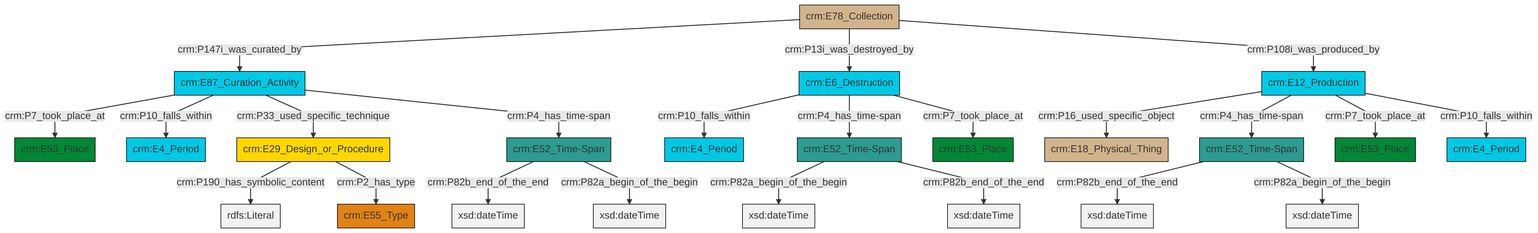
swiss-art-research-net/docs.swissartresearch keeps this Mermaid diagram as et/archivalCSV/ttl/mmd/png/archival_existence.png. Above is the earlier version. Its source is kept beside it as et/archivalCSV/ttl/mmd/archival_existence.ttl.mmd. The source it was exported from:
```mermaid
graph TD
classDef Literal fill:#f2f2f2,stroke:#000000;
classDef CRM_Entity fill:#FFFFFF,stroke:#000000;
classDef Temporal_Entity fill:#00C9E6, stroke:#000000;
classDef Type fill:#E18312, stroke:#000000;
classDef Time-Span fill:#2C9C91, stroke:#000000;
classDef Appellation fill:#FFEB7F, stroke:#000000;
classDef Place fill:#008836, stroke:#000000;
classDef Persistent_Item fill:#B266B2, stroke:#000000;
classDef Conceptual_Object fill:#FFD700, stroke:#000000;
classDef Physical_Thing fill:#D2B48C, stroke:#000000;
classDef Actor fill:#f58aad, stroke:#000000;
classDef PC_Classes fill:#4ce600, stroke:#000000;
classDef Multi fill:#cccccc,stroke:#000000;

2["crm:E52_Time-Span"]:::Time-Span -->|crm:P82b_end_of_the_end| 3[xsd:dateTime]:::Literal
4["crm:E78_Collection"]:::Physical_Thing -->|crm:P147i_was_curated_by| 5["crm:E87_Curation_Activity"]:::Temporal_Entity
6["crm:E52_Time-Span"]:::Time-Span -->|crm:P82b_end_of_the_end| 7[xsd:dateTime]:::Literal
8["crm:E52_Time-Span"]:::Time-Span -->|crm:P82a_begin_of_the_begin| 12[xsd:dateTime]:::Literal
13["crm:E6_Destruction"]:::Temporal_Entity -->|crm:P10_falls_within| 14["crm:E4_Period"]:::Temporal_Entity
8["crm:E52_Time-Span"]:::Time-Span -->|crm:P82b_end_of_the_end| 15[xsd:dateTime]:::Literal
10["crm:E29_Design_or_Procedure"]:::Conceptual_Object -->|crm:P190_has_symbolic_content| 16[rdfs:Literal]:::Literal
4["crm:E78_Collection"]:::Physical_Thing -->|crm:P13i_was_destroyed_by| 13["crm:E6_Destruction"]:::Temporal_Entity
10["crm:E29_Design_or_Procedure"]:::Conceptual_Object -->|crm:P2_has_type| 19["crm:E55_Type"]:::Type
22["crm:E12_Production"]:::Temporal_Entity -->|crm:P16_used_specific_object| 17["crm:E18_Physical_Thing"]:::Physical_Thing
5["crm:E87_Curation_Activity"]:::Temporal_Entity -->|crm:P7_took_place_at| 23["crm:E53_Place"]:::Place
5["crm:E87_Curation_Activity"]:::Temporal_Entity -->|crm:P10_falls_within| 20["crm:E4_Period"]:::Temporal_Entity
22["crm:E12_Production"]:::Temporal_Entity -->|crm:P4_has_time-span| 6["crm:E52_Time-Span"]:::Time-Span
5["crm:E87_Curation_Activity"]:::Temporal_Entity -->|crm:P33_used_specific_technique| 10["crm:E29_Design_or_Procedure"]:::Conceptual_Object
2["crm:E52_Time-Span"]:::Time-Span -->|crm:P82a_begin_of_the_begin| 28[xsd:dateTime]:::Literal
6["crm:E52_Time-Span"]:::Time-Span -->|crm:P82a_begin_of_the_begin| 29[xsd:dateTime]:::Literal
22["crm:E12_Production"]:::Temporal_Entity -->|crm:P7_took_place_at| 30["crm:E53_Place"]:::Place
4["crm:E78_Collection"]:::Physical_Thing -->|crm:P108i_was_produced_by| 22["crm:E12_Production"]:::Temporal_Entity
5["crm:E87_Curation_Activity"]:::Temporal_Entity -->|crm:P4_has_time-span| 2["crm:E52_Time-Span"]:::Time-Span
22["crm:E12_Production"]:::Temporal_Entity -->|crm:P10_falls_within| 24["crm:E4_Period"]:::Temporal_Entity
13["crm:E6_Destruction"]:::Temporal_Entity -->|crm:P4_has_time-span| 8["crm:E52_Time-Span"]:::Time-Span
13["crm:E6_Destruction"]:::Temporal_Entity -->|crm:P7_took_place_at| 0["crm:E53_Place"]:::Place
```
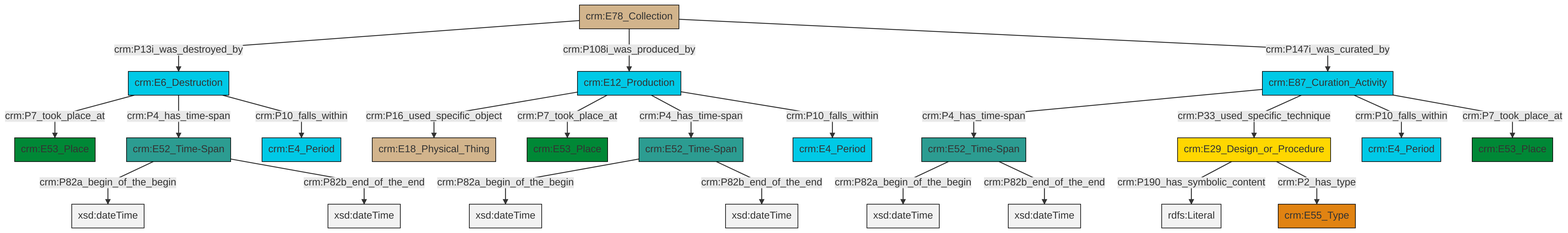
Above is the later version.

Change to the diagram source:
```diff
@@ -13,25 +13,25 @@
 classDef PC_Classes fill:#4ce600, stroke:#000000;
 classDef Multi fill:#cccccc,stroke:#000000;
 
-2["crm:E52_Time-Span"]:::Time-Span -->|crm:P82b_end_of_the_end| 3[xsd:dateTime]:::Literal
-4["crm:E78_Collection"]:::Physical_Thing -->|crm:P147i_was_curated_by| 5["crm:E87_Curation_Activity"]:::Temporal_Entity
-6["crm:E52_Time-Span"]:::Time-Span -->|crm:P82b_end_of_the_end| 7[xsd:dateTime]:::Literal
-8["crm:E52_Time-Span"]:::Time-Span -->|crm:P82a_begin_of_the_begin| 12[xsd:dateTime]:::Literal
-13["crm:E6_Destruction"]:::Temporal_Entity -->|crm:P10_falls_within| 14["crm:E4_Period"]:::Temporal_Entity
-8["crm:E52_Time-Span"]:::Time-Span -->|crm:P82b_end_of_the_end| 15[xsd:dateTime]:::Literal
-10["crm:E29_Design_or_Procedure"]:::Conceptual_Object -->|crm:P190_has_symbolic_content| 16[rdfs:Literal]:::Literal
-4["crm:E78_Collection"]:::Physical_Thing -->|crm:P13i_was_destroyed_by| 13["crm:E6_Destruction"]:::Temporal_Entity
-10["crm:E29_Design_or_Procedure"]:::Conceptual_Object -->|crm:P2_has_type| 19["crm:E55_Type"]:::Type
-22["crm:E12_Production"]:::Temporal_Entity -->|crm:P16_used_specific_object| 17["crm:E18_Physical_Thing"]:::Physical_Thing
-5["crm:E87_Curation_Activity"]:::Temporal_Entity -->|crm:P7_took_place_at| 23["crm:E53_Place"]:::Place
-5["crm:E87_Curation_Activity"]:::Temporal_Entity -->|crm:P10_falls_within| 20["crm:E4_Period"]:::Temporal_Entity
-22["crm:E12_Production"]:::Temporal_Entity -->|crm:P4_has_time-span| 6["crm:E52_Time-Span"]:::Time-Span
-5["crm:E87_Curation_Activity"]:::Temporal_Entity -->|crm:P33_used_specific_technique| 10["crm:E29_Design_or_Procedure"]:::Conceptual_Object
-2["crm:E52_Time-Span"]:::Time-Span -->|crm:P82a_begin_of_the_begin| 28[xsd:dateTime]:::Literal
-6["crm:E52_Time-Span"]:::Time-Span -->|crm:P82a_begin_of_the_begin| 29[xsd:dateTime]:::Literal
-22["crm:E12_Production"]:::Temporal_Entity -->|crm:P7_took_place_at| 30["crm:E53_Place"]:::Place
-4["crm:E78_Collection"]:::Physical_Thing -->|crm:P108i_was_produced_by| 22["crm:E12_Production"]:::Temporal_Entity
-5["crm:E87_Curation_Activity"]:::Temporal_Entity -->|crm:P4_has_time-span| 2["crm:E52_Time-Span"]:::Time-Span
-22["crm:E12_Production"]:::Temporal_Entity -->|crm:P10_falls_within| 24["crm:E4_Period"]:::Temporal_Entity
-13["crm:E6_Destruction"]:::Temporal_Entity -->|crm:P4_has_time-span| 8["crm:E52_Time-Span"]:::Time-Span
-13["crm:E6_Destruction"]:::Temporal_Entity -->|crm:P7_took_place_at| 0["crm:E53_Place"]:::Place
+0["crm:E6_Destruction"]:::Temporal_Entity -->|crm:P7_took_place_at| 2["crm:E53_Place"]:::Place
+3["crm:E52_Time-Span"]:::Time-Span -->|crm:P82a_begin_of_the_begin| 4[xsd:dateTime]:::Literal
+9["crm:E12_Production"]:::Temporal_Entity -->|crm:P16_used_specific_object| 11["crm:E18_Physical_Thing"]:::Physical_Thing
+7["crm:E78_Collection"]:::Physical_Thing -->|crm:P13i_was_destroyed_by| 0["crm:E6_Destruction"]:::Temporal_Entity
+3["crm:E52_Time-Span"]:::Time-Span -->|crm:P82b_end_of_the_end| 12[xsd:dateTime]:::Literal
+13["crm:E87_Curation_Activity"]:::Temporal_Entity -->|crm:P4_has_time-span| 14["crm:E52_Time-Span"]:::Time-Span
+18["crm:E29_Design_or_Procedure"]:::Conceptual_Object -->|crm:P190_has_symbolic_content| 19[rdfs:Literal]:::Literal
+0["crm:E6_Destruction"]:::Temporal_Entity -->|crm:P4_has_time-span| 20["crm:E52_Time-Span"]:::Time-Span
+18["crm:E29_Design_or_Procedure"]:::Conceptual_Object -->|crm:P2_has_type| 5["crm:E55_Type"]:::Type
+14["crm:E52_Time-Span"]:::Time-Span -->|crm:P82a_begin_of_the_begin| 22[xsd:dateTime]:::Literal
+14["crm:E52_Time-Span"]:::Time-Span -->|crm:P82b_end_of_the_end| 25[xsd:dateTime]:::Literal
+20["crm:E52_Time-Span"]:::Time-Span -->|crm:P82a_begin_of_the_begin| 30[xsd:dateTime]:::Literal
+7["crm:E78_Collection"]:::Physical_Thing -->|crm:P108i_was_produced_by| 9["crm:E12_Production"]:::Temporal_Entity
+9["crm:E12_Production"]:::Temporal_Entity -->|crm:P7_took_place_at| 26["crm:E53_Place"]:::Place
+20["crm:E52_Time-Span"]:::Time-Span -->|crm:P82b_end_of_the_end| 32[xsd:dateTime]:::Literal
+9["crm:E12_Production"]:::Temporal_Entity -->|crm:P4_has_time-span| 3["crm:E52_Time-Span"]:::Time-Span
+13["crm:E87_Curation_Activity"]:::Temporal_Entity -->|crm:P33_used_specific_technique| 18["crm:E29_Design_or_Procedure"]:::Conceptual_Object
+9["crm:E12_Production"]:::Temporal_Entity -->|crm:P10_falls_within| 16["crm:E4_Period"]:::Temporal_Entity
+13["crm:E87_Curation_Activity"]:::Temporal_Entity -->|crm:P10_falls_within| 28["crm:E4_Period"]:::Temporal_Entity
+0["crm:E6_Destruction"]:::Temporal_Entity -->|crm:P10_falls_within| 23["crm:E4_Period"]:::Temporal_Entity
+13["crm:E87_Curation_Activity"]:::Temporal_Entity -->|crm:P7_took_place_at| 37["crm:E53_Place"]:::Place
+7["crm:E78_Collection"]:::Physical_Thing -->|crm:P147i_was_curated_by| 13["crm:E87_Curation_Activity"]:::Temporal_Entity
```
